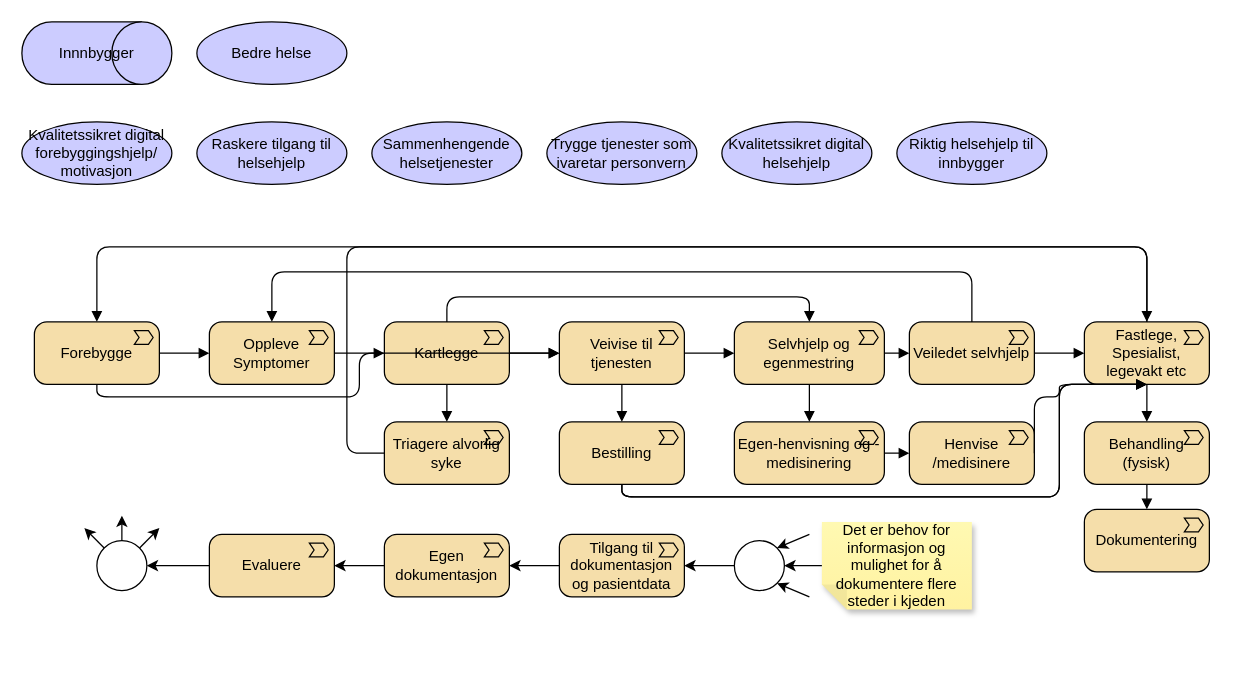
Above: page "verdikjede-pasient" (5 of 9) of docs/strategi/value-chain.drawio in hdir/Digital-Forstelinje (draw.io), before the change. Source tidied: cells renumbered, new cells numbered last; positions are measured from the earlier drawing's top-left corner, leaving out a move shared by most shapes. Both pictures are drawn from the tidied source at 125%, with x=0, y=0 at pixel (21, 21).
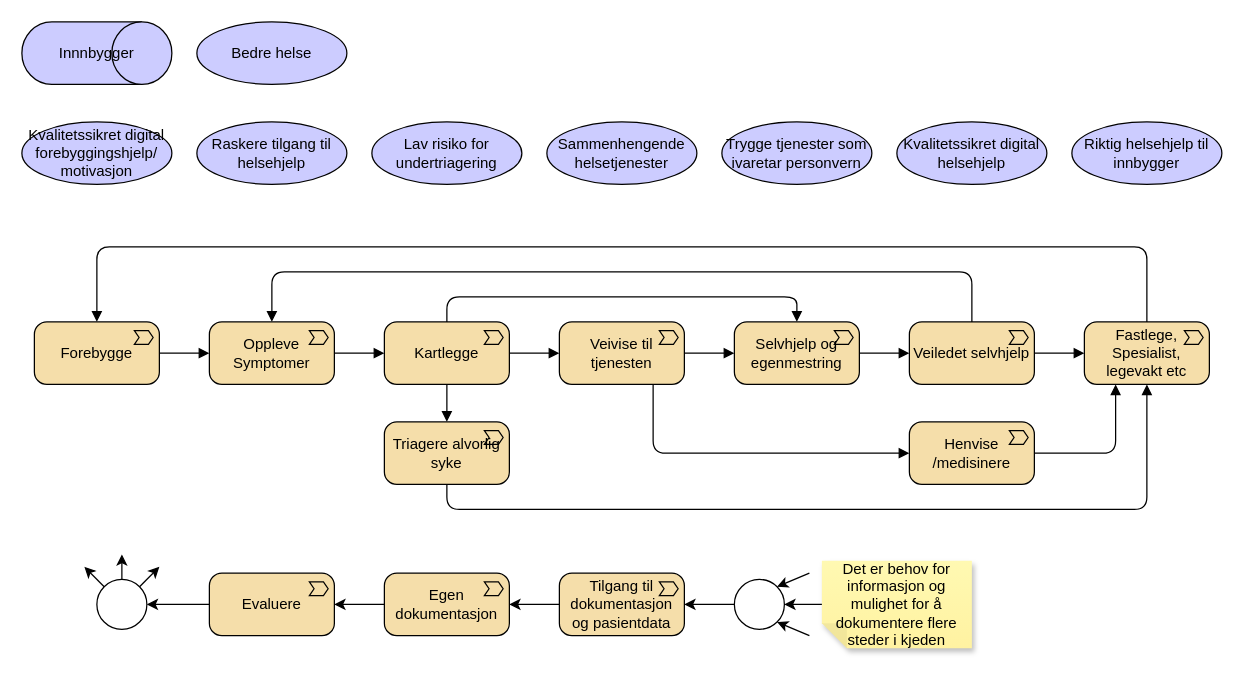
Above is the later version.

The change refers to these unchanged cells:
```xml
<mxCell id="3" value="Forebygge" style="html=1;outlineConnect=0;whiteSpace=wrap;fillColor=#F5DEAA;shape=mxgraph.archimate3.application;appType=valueStream;archiType=rounded;" parent="1" vertex="1">
  <mxGeometry x="10" y="240" width="100" height="50" as="geometry" />
</mxCell>
<mxCell id="5" value="Kartlegge" style="html=1;outlineConnect=0;whiteSpace=wrap;fillColor=#F5DEAA;shape=mxgraph.archimate3.application;appType=valueStream;archiType=rounded;" parent="1" vertex="1">
  <mxGeometry x="290" y="240" width="100" height="50" as="geometry" />
</mxCell>
<mxCell id="9" value="Veivise til tjenesten" style="html=1;outlineConnect=0;whiteSpace=wrap;fillColor=#F5DEAA;shape=mxgraph.archimate3.application;appType=valueStream;archiType=rounded;" parent="1" vertex="1">
  <mxGeometry x="430" y="240" width="100" height="50" as="geometry" />
</mxCell>
<mxCell id="15" value="Fastlege, Spesialist, legevakt etc" style="html=1;outlineConnect=0;whiteSpace=wrap;fillColor=#F5DEAA;shape=mxgraph.archimate3.application;appType=valueStream;archiType=rounded;" parent="1" vertex="1">
  <mxGeometry x="850" y="240" width="100" height="50" as="geometry" />
</mxCell>
<mxCell id="19" value="Henvise /medisinere" style="html=1;outlineConnect=0;whiteSpace=wrap;fillColor=#F5DEAA;shape=mxgraph.archimate3.application;appType=valueStream;archiType=rounded;" parent="1" vertex="1">
  <mxGeometry x="710" y="320" width="100" height="50" as="geometry" />
</mxCell>
<mxCell id="48" value="Triagere alvorlig syke" style="html=1;outlineConnect=0;whiteSpace=wrap;fillColor=#F5DEAA;shape=mxgraph.archimate3.application;appType=valueStream;archiType=rounded;" parent="1" vertex="1">
  <mxGeometry x="290" y="320" width="100" height="50" as="geometry" />
</mxCell>
```

Change to the diagram source:
```diff
@@
     <mxCell id="7" value="Selvhjelp og egenmestring" style="html=1;outlineConnect=0;whiteSpace=wrap;fillColor=#F5DEAA;shape=mxgraph.archimate3.application;appType=valueStream;archiType=rounded;" parent="1" vertex="1">
-      <mxGeometry x="570" y="240" width="120" height="50" as="geometry" />
+      <mxGeometry x="570" y="240" width="100" height="50" as="geometry" />
     </mxCell>
@@
     <mxCell id="10" style="edgeStyle=orthogonalEdgeStyle;html=1;endArrow=block;dashed=0;endFill=1;exitX=0.5;exitY=0;exitDx=0;exitDy=0;exitPerimeter=0;entryX=0.5;entryY=0;entryDx=0;entryDy=0;entryPerimeter=0;" parent="1" edge="1" source="5" target="7">
       <mxGeometry relative="1" as="geometry">
         <Array as="points">
-          <mxPoint x="630" y="220" />
+          <mxPoint x="340" y="220" />
+          <mxPoint x="620" y="220" />
         </Array>
       </mxGeometry>
     </mxCell>
@@
-    <mxCell id="16" style="edgeStyle=orthogonalEdgeStyle;html=1;endArrow=block;dashed=0;endFill=1;entryX=0.5;entryY=1;entryDx=0;entryDy=0;entryPerimeter=0;exitX=0.5;exitY=1;exitDx=0;exitDy=0;exitPerimeter=0;" parent="1" edge="1" source="49" target="15">
-      <mxGeometry relative="1" as="geometry">
-        <Array as="points">
-          <mxPoint x="830" y="380" />
-        </Array>
-      </mxGeometry>
-    </mxCell>
@@
-    <mxCell id="20" style="edgeStyle=none;html=1;endArrow=block;dashed=0;endFill=1;exitX=1;exitY=0.5;exitDx=0;exitDy=0;exitPerimeter=0;entryX=0;entryY=0.5;entryDx=0;entryDy=0;entryPerimeter=0;" parent="1" edge="1" source="50" target="19">
+    <mxCell id="20" style="edgeStyle=orthogonalEdgeStyle;html=1;endArrow=block;dashed=0;endFill=1;exitX=0.75;exitY=1;exitDx=0;exitDy=0;exitPerimeter=0;entryX=0;entryY=0.5;entryDx=0;entryDy=0;entryPerimeter=0;" parent="1" edge="1" source="9" target="19">
       <mxGeometry relative="1" as="geometry" />
     </mxCell>
-    <mxCell id="21" style="edgeStyle=orthogonalEdgeStyle;html=1;endArrow=block;dashed=0;endFill=1;exitX=1;exitY=0.5;exitDx=0;exitDy=0;exitPerimeter=0;entryX=0.5;entryY=1;entryDx=0;entryDy=0;entryPerimeter=0;" parent="1" edge="1" source="19" target="15">
-      <mxGeometry relative="1" as="geometry">
-        <Array as="points">
-          <mxPoint x="830" y="300" />
-        </Array>
-      </mxGeometry>
+    <mxCell id="21" style="edgeStyle=orthogonalEdgeStyle;html=1;endArrow=block;dashed=0;endFill=1;exitX=1;exitY=0.5;exitDx=0;exitDy=0;exitPerimeter=0;entryX=0.25;entryY=1;entryDx=0;entryDy=0;entryPerimeter=0;" parent="1" edge="1" source="19" target="15">
+      <mxGeometry x="0.01" relative="1" as="geometry" />
     </mxCell>
     <mxCell id="22" value="Trygge tjenester som ivaretar personvern" style="shape=ellipse;html=1;whiteSpace=wrap;fillColor=#CCCCFF;" parent="1" vertex="1">
-      <mxGeometry x="420" y="80" width="120" height="50" as="geometry" />
+      <mxGeometry x="560" y="80" width="120" height="50" as="geometry" />
     </mxCell>
     <mxCell id="23" value="Sammenhengende helsetjenester" style="shape=ellipse;html=1;whiteSpace=wrap;fillColor=#CCCCFF;" parent="1" vertex="1">
-      <mxGeometry x="280" y="80" width="120" height="50" as="geometry" />
+      <mxGeometry x="420" y="80" width="120" height="50" as="geometry" />
     </mxCell>
@@
     <mxCell id="25" value="Riktig helsehjelp til innbygger" style="shape=ellipse;html=1;whiteSpace=wrap;fillColor=#CCCCFF;" parent="1" vertex="1">
-      <mxGeometry x="700" y="80" width="120" height="50" as="geometry" />
+      <mxGeometry x="840" y="80" width="120" height="50" as="geometry" />
     </mxCell>
     <mxCell id="26" value="Kvalitetssikret digital helsehjelp" style="shape=ellipse;html=1;whiteSpace=wrap;fillColor=#CCCCFF;" parent="1" vertex="1">
-      <mxGeometry x="560" y="80" width="120" height="50" as="geometry" />
+      <mxGeometry x="700" y="80" width="120" height="50" as="geometry" />
     </mxCell>
@@
     <mxCell id="29" value="Evaluere" style="html=1;outlineConnect=0;whiteSpace=wrap;fillColor=#F5DEAA;shape=mxgraph.archimate3.application;appType=valueStream;archiType=rounded;" parent="1" vertex="1">
-      <mxGeometry x="150" y="410" width="100" height="50" as="geometry" />
+      <mxGeometry x="150" y="441" width="100" height="50" as="geometry" />
     </mxCell>
     <mxCell id="30" value="Egen dokumentasjon" style="html=1;outlineConnect=0;whiteSpace=wrap;fillColor=#F5DEAA;shape=mxgraph.archimate3.application;appType=valueStream;archiType=rounded;" parent="1" vertex="1">
-      <mxGeometry x="290" y="410" width="100" height="50" as="geometry" />
+      <mxGeometry x="290" y="441" width="100" height="50" as="geometry" />
     </mxCell>
     <mxCell id="31" value="Tilgang til dokumentasjon og pasientdata" style="html=1;outlineConnect=0;whiteSpace=wrap;fillColor=#F5DEAA;shape=mxgraph.archimate3.application;appType=valueStream;archiType=rounded;" parent="1" vertex="1">
-      <mxGeometry x="430" y="410" width="100" height="50" as="geometry" />
+      <mxGeometry x="430" y="441" width="100" height="50" as="geometry" />
     </mxCell>
@@
     <mxCell id="36" value="Det er behov for informasjon og mulighet for å dokumentere flere steder i kjeden" style="shape=note;whiteSpace=wrap;html=1;backgroundOutline=1;fontColor=#000000;darkOpacity=0.05;fillColor=#FFF9B2;strokeColor=none;fillStyle=solid;direction=west;gradientDirection=north;gradientColor=#FFF2A1;shadow=1;size=20;" parent="1" vertex="1">
-      <mxGeometry x="640" y="400" width="120" height="70" as="geometry" />
+      <mxGeometry x="640" y="431" width="120" height="70" as="geometry" />
     </mxCell>
     <mxCell id="37" style="ellipse;html=1;verticalLabelPosition=bottom;labelBackgroundColor=#ffffff;verticalAlign=top;fillColor=#ffffff;" parent="1" vertex="1">
-      <mxGeometry x="60" y="415" width="40" height="40" as="geometry" />
+      <mxGeometry x="60" y="446" width="40" height="40" as="geometry" />
     </mxCell>
     <mxCell id="38" style="edgeStyle=none;html=1;exitX=1;exitY=0;exitDx=0;exitDy=0;" parent="1" edge="1" source="37">
       <mxGeometry relative="1" as="geometry">
-        <mxPoint x="110" y="405" as="targetPoint" />
+        <mxPoint x="110" y="436" as="targetPoint" />
       </mxGeometry>
     </mxCell>
     <mxCell id="39" style="edgeStyle=none;html=1;" parent="1" edge="1">
       <mxGeometry relative="1" as="geometry">
-        <mxPoint x="80" y="415" as="sourcePoint" />
-        <mxPoint x="80" y="395" as="targetPoint" />
+        <mxPoint x="80" y="446" as="sourcePoint" />
+        <mxPoint x="80" y="426" as="targetPoint" />
       </mxGeometry>
     </mxCell>
     <mxCell id="40" style="edgeStyle=none;html=1;exitX=0;exitY=0;exitDx=0;exitDy=0;" parent="1" edge="1" source="37">
       <mxGeometry relative="1" as="geometry">
-        <mxPoint x="50" y="405" as="targetPoint" />
+        <mxPoint x="50" y="436" as="targetPoint" />
       </mxGeometry>
     </mxCell>
@@
     <mxCell id="42" style="edgeStyle=none;html=1;entryX=1;entryY=0.5;entryDx=0;entryDy=0;entryPerimeter=0;" parent="1" edge="1" target="43">
       <mxGeometry relative="1" as="geometry">
-        <mxPoint x="610" y="435" as="sourcePoint" />
+        <mxPoint x="610" y="466" as="sourcePoint" />
       </mxGeometry>
     </mxCell>
     <mxCell id="43" style="ellipse;html=1;verticalLabelPosition=bottom;labelBackgroundColor=#ffffff;verticalAlign=top;fillColor=#ffffff;" parent="1" vertex="1">
-      <mxGeometry x="570" y="415" width="40" height="40" as="geometry" />
+      <mxGeometry x="570" y="446" width="40" height="40" as="geometry" />
     </mxCell>
     <mxCell id="44" style="edgeStyle=none;html=1;entryX=1;entryY=0;entryDx=0;entryDy=0;" parent="1" edge="1" target="43">
       <mxGeometry relative="1" as="geometry">
-        <mxPoint x="630" y="410" as="sourcePoint" />
+        <mxPoint x="630" y="441" as="sourcePoint" />
       </mxGeometry>
     </mxCell>
     <mxCell id="45" style="edgeStyle=none;html=1;entryX=1;entryY=1;entryDx=0;entryDy=0;" parent="1" edge="1" target="43">
       <mxGeometry relative="1" as="geometry">
-        <mxPoint x="630" y="460" as="sourcePoint" />
+        <mxPoint x="630" y="491" as="sourcePoint" />
       </mxGeometry>
     </mxCell>
     <mxCell id="46" style="edgeStyle=none;html=1;entryX=1;entryY=0.5;entryDx=0;entryDy=0;" parent="1" edge="1" target="43">
       <mxGeometry relative="1" as="geometry">
-        <mxPoint x="640" y="435" as="sourcePoint" />
+        <mxPoint x="640" y="466" as="sourcePoint" />
       </mxGeometry>
     </mxCell>
-    <mxCell id="47" style="edgeStyle=orthogonalEdgeStyle;html=1;endArrow=block;dashed=0;elbow=vertical;endFill=1;entryX=0;entryY=0.5;entryDx=0;entryDy=0;entryPerimeter=0;exitX=0.5;exitY=1;exitDx=0;exitDy=0;exitPerimeter=0;" parent="1" edge="1" source="3" target="9">
-      <mxGeometry relative="1" as="geometry" />
-    </mxCell>
@@
-    <mxCell id="49" value="Bestilling" style="html=1;outlineConnect=0;whiteSpace=wrap;fillColor=#F5DEAA;shape=mxgraph.archimate3.application;appType=valueStream;archiType=rounded;" parent="1" vertex="1">
-      <mxGeometry x="430" y="320" width="100" height="50" as="geometry" />
-    </mxCell>
-    <mxCell id="50" value="Egen-henvisning og -medisinering" style="html=1;outlineConnect=0;whiteSpace=wrap;fillColor=#F5DEAA;shape=mxgraph.archimate3.application;appType=valueStream;archiType=rounded;" parent="1" vertex="1">
-      <mxGeometry x="570" y="320" width="120" height="50" as="geometry" />
-    </mxCell>
-    <mxCell id="51" value="Behandling (fysisk)" style="html=1;outlineConnect=0;whiteSpace=wrap;fillColor=#F5DEAA;shape=mxgraph.archimate3.application;appType=valueStream;archiType=rounded;" parent="1" vertex="1">
-      <mxGeometry x="850" y="320" width="100" height="50" as="geometry" />
-    </mxCell>
-    <mxCell id="52" value="Dokumentering" style="html=1;outlineConnect=0;whiteSpace=wrap;fillColor=#F5DEAA;shape=mxgraph.archimate3.application;appType=valueStream;archiType=rounded;" parent="1" vertex="1">
-      <mxGeometry x="850" y="390" width="100" height="50" as="geometry" />
-    </mxCell>
@@
-    <mxCell id="54" style="edgeStyle=orthogonalEdgeStyle;html=1;endArrow=block;endFill=1;exitX=0;exitY=0.5;exitPerimeter=0;entryX=0.5;entryY=0;entryPerimeter=0;" parent="1" edge="1" source="48" target="15">
-      <mxGeometry relative="1" as="geometry">
+    <mxCell id="54" style="edgeStyle=orthogonalEdgeStyle;html=1;endArrow=block;endFill=1;exitX=0.5;exitY=1;exitPerimeter=0;entryX=0.5;entryY=1;entryPerimeter=0;exitDx=0;exitDy=0;entryDx=0;entryDy=0;" parent="1" edge="1" source="48" target="15">
+      <mxGeometry x="0.07" relative="1" as="geometry">
         <Array as="points">
-          <mxPoint x="260" y="180" />
-          <mxPoint x="900" y="180" />
+          <mxPoint x="340" y="390" />
+          <mxPoint x="900" y="390" />
         </Array>
       </mxGeometry>
     </mxCell>
-    <mxCell id="55" style="edgeStyle=none;html=1;endArrow=block;endFill=1;exitX=0.5;exitY=1;exitPerimeter=0;entryX=0.5;entryY=0;entryPerimeter=0;" parent="1" edge="1" source="9" target="49">
-      <mxGeometry relative="1" as="geometry" />
-    </mxCell>
-    <mxCell id="56" style="edgeStyle=none;html=1;endArrow=block;endFill=1;exitX=0.5;exitY=1;exitPerimeter=0;entryX=0.5;entryY=0;entryPerimeter=0;" parent="1" edge="1" source="7" target="50">
-      <mxGeometry relative="1" as="geometry" />
-    </mxCell>
-    <mxCell id="57" style="edgeStyle=orthogonalEdgeStyle;html=1;endArrow=block;endFill=1;exitX=0.5;exitY=1;exitPerimeter=0;entryX=0.5;entryY=1;entryPerimeter=0;" parent="1" edge="1" source="49" target="15">
-      <mxGeometry relative="1" as="geometry">
-        <Array as="points">
-          <mxPoint x="830" y="380" />
-        </Array>
-      </mxGeometry>
-    </mxCell>
-    <mxCell id="58" style="edgeStyle=none;html=1;endArrow=block;endFill=1;exitX=0.5;exitY=1;exitPerimeter=0;entryX=0.5;entryY=0;entryPerimeter=0;" parent="1" edge="1" source="15" target="51">
-      <mxGeometry relative="1" as="geometry" />
-    </mxCell>
-    <mxCell id="59" style="edgeStyle=none;html=1;endArrow=block;endFill=1;exitX=0.5;exitY=1;exitPerimeter=0;entryX=0.5;entryY=0;entryPerimeter=0;" parent="1" edge="1" source="51" target="52">
-      <mxGeometry relative="1" as="geometry" />
-    </mxCell>
+    <mxCell id="60" value="Lav risiko for undertriagering" style="shape=ellipse;html=1;whiteSpace=wrap;fillColor=#CCCCFF;" parent="1" vertex="1">
+      <mxGeometry x="280" y="80" width="120" height="50" as="geometry" />
+    </mxCell>
```
